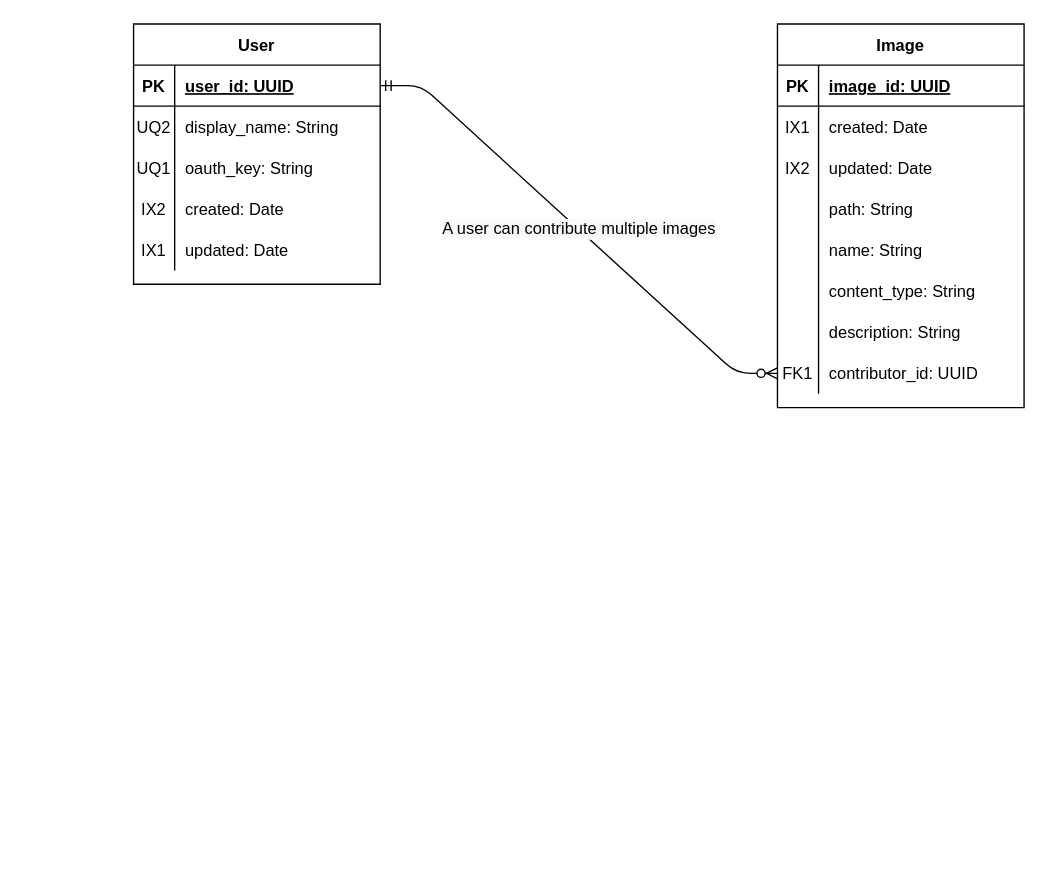
This is docs/deepdive-gallery-service.drawio from tnordquist/deepdive-gallery-service, a draw.io file, before an edit. Source tidied: cells renumbered, new cells numbered last; positions are measured from the earlier drawing's top-left corner, leaving out a move shared by most shapes. Both pictures are drawn from the tidied source at 137%, with x=0, y=0 at pixel (133, 23).
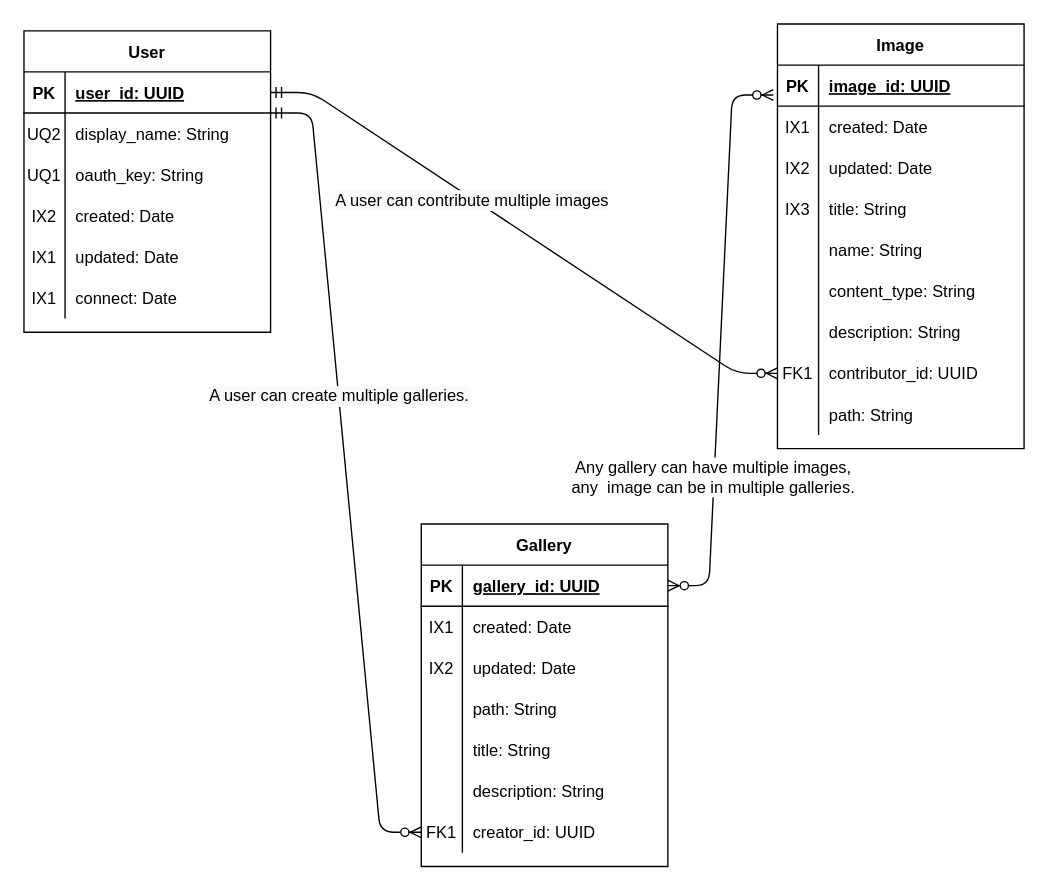
The same diagram, later.

Commit message (it also covers changes not shown here):
Added UserController, Gallery, ManyToMany

Unchanged cells that the change refers to:
```xml
<mxCell id="19" style="shape=partialRectangle;fillColor=none;top=0;left=0;bottom=1;right=0;points=[[0,0.5],[1,0.5]];portConstraint=eastwest;" parent="18" vertex="1">
  <mxGeometry y="30" width="180" height="30" as="geometry" />
</mxCell>
<mxCell id="28" style="shape=partialRectangle;fillColor=none;top=0;left=0;bottom=0;right=0;" parent="18" vertex="1">
  <mxGeometry y="120" width="180" height="30" as="geometry" />
</mxCell>
<mxCell id="40" style="shape=partialRectangle;fillColor=none;top=0;left=0;bottom=0;right=0;points=[[0,0.5],[1,0.5]];portConstraint=eastwest;fontStyle=2;" parent="18" vertex="1">
  <mxGeometry y="240" width="180" height="30" as="geometry" />
</mxCell>
```

What changed in the source:
```diff
@@
-    <mxCell id="2" value="User" style="shape=table;startSize=30;childLayout=tableLayout;rowLines=0;fontStyle=1;align=center;" parent="1" vertex="1">
-      <mxGeometry width="180" height="190" as="geometry" />
-    </mxCell>
-    <mxCell id="3" style="shape=partialRectangle;fillColor=none;top=0;left=0;bottom=1;right=0;points=[[0,0.5],[1,0.5]];portConstraint=eastwest;" parent="2" vertex="1">
-      <mxGeometry y="30" width="180" height="30" as="geometry" />
-    </mxCell>
-    <mxCell id="4" value="PK" style="shape=partialRectangle;fillColor=none;top=0;left=0;bottom=0;right=0;fontStyle=1;overflow=hidden;" parent="3" vertex="1">
-      <mxGeometry width="30" height="30" as="geometry" />
-    </mxCell>
-    <mxCell id="5" value="user_id: UUID" style="shape=partialRectangle;fillColor=none;top=0;left=0;bottom=0;right=0;align=left;spacingLeft=6;fontStyle=5;overflow=hidden;" parent="3" vertex="1">
-      <mxGeometry x="30" width="150" height="30" as="geometry" />
-    </mxCell>
-    <mxCell id="6" style="shape=partialRectangle;fillColor=none;top=0;left=0;bottom=0;right=0;" parent="2" vertex="1">
-      <mxGeometry y="60" width="180" height="30" as="geometry" />
-    </mxCell>
-    <mxCell id="7" value="UQ2" style="shape=partialRectangle;fillColor=none;top=0;left=0;bottom=0;right=0;overflow=hidden;" parent="6" vertex="1">
-      <mxGeometry width="30" height="30" as="geometry" />
-    </mxCell>
-    <mxCell id="8" value="display_name: String" style="shape=partialRectangle;fillColor=none;top=0;left=0;bottom=0;right=0;align=left;spacingLeft=6;overflow=hidden;" parent="6" vertex="1">
-      <mxGeometry x="30" width="150" height="30" as="geometry" />
-    </mxCell>
-    <mxCell id="9" style="shape=partialRectangle;fillColor=none;top=0;left=0;bottom=0;right=0;" parent="2" vertex="1">
-      <mxGeometry y="90" width="180" height="30" as="geometry" />
-    </mxCell>
-    <mxCell id="10" value="UQ1" style="shape=partialRectangle;fillColor=none;top=0;left=0;bottom=0;right=0;overflow=hidden;" parent="9" vertex="1">
-      <mxGeometry width="30" height="30" as="geometry" />
-    </mxCell>
-    <mxCell id="11" value="oauth_key: String" style="shape=partialRectangle;fillColor=none;top=0;left=0;bottom=0;right=0;align=left;spacingLeft=6;overflow=hidden;" parent="9" vertex="1">
-      <mxGeometry x="30" width="150" height="30" as="geometry" />
-    </mxCell>
-    <mxCell id="12" style="shape=partialRectangle;fillColor=none;top=0;left=0;bottom=0;right=0;" parent="2" vertex="1">
-      <mxGeometry y="120" width="180" height="30" as="geometry" />
-    </mxCell>
-    <mxCell id="13" value="IX2" style="shape=partialRectangle;fillColor=none;top=0;left=0;bottom=0;right=0;overflow=hidden;" parent="12" vertex="1">
-      <mxGeometry width="30" height="30" as="geometry" />
-    </mxCell>
-    <mxCell id="14" value="created: Date" style="shape=partialRectangle;fillColor=none;top=0;left=0;bottom=0;right=0;align=left;spacingLeft=6;overflow=hidden;" parent="12" vertex="1">
-      <mxGeometry x="30" width="150" height="30" as="geometry" />
-    </mxCell>
-    <mxCell id="15" style="shape=partialRectangle;fillColor=none;top=0;left=0;bottom=0;right=0;fontStyle=2;" parent="2" vertex="1">
-      <mxGeometry y="150" width="180" height="30" as="geometry" />
-    </mxCell>
-    <mxCell id="16" value="IX1" style="shape=partialRectangle;fillColor=none;top=0;left=0;bottom=0;right=0;overflow=hidden;" parent="15" vertex="1">
-      <mxGeometry width="30" height="30" as="geometry" />
-    </mxCell>
-    <mxCell id="17" value="updated: Date" style="shape=partialRectangle;fillColor=none;top=0;left=0;bottom=0;right=0;align=left;spacingLeft=6;overflow=hidden;direction=south;fontStyle=0;" parent="15" vertex="1" collapsed="1">
-      <mxGeometry x="30" width="150" height="30" as="geometry" />
-    </mxCell>
     <mxCell id="18" value="Image" style="shape=table;startSize=30;childLayout=tableLayout;rowLines=0;fontStyle=1;align=center;" parent="1" vertex="1">
-      <mxGeometry x="470" width="180" height="280" as="geometry" />
+      <mxGeometry x="470" width="180" height="310" as="geometry" />
     </mxCell>
@@
-    <mxCell id="29" style="shape=partialRectangle;fillColor=none;top=0;left=0;bottom=0;right=0;overflow=hidden;" parent="28" vertex="1">
+    <mxCell id="29" value="IX3" style="shape=partialRectangle;fillColor=none;top=0;left=0;bottom=0;right=0;overflow=hidden;" parent="28" vertex="1">
       <mxGeometry width="30" height="30" as="geometry" />
     </mxCell>
-    <mxCell id="30" value="path: String" style="shape=partialRectangle;fillColor=none;top=0;left=0;bottom=0;right=0;align=left;spacingLeft=6;overflow=hidden;" parent="28" vertex="1">
+    <mxCell id="30" value="title: String" style="shape=partialRectangle;fillColor=none;top=0;left=0;bottom=0;right=0;align=left;spacingLeft=6;overflow=hidden;" parent="28" vertex="1">
       <mxGeometry x="30" width="150" height="30" as="geometry" />
     </mxCell>
@@
+    <mxCell id="44" style="shape=partialRectangle;fillColor=none;top=0;left=0;bottom=0;right=0;" parent="18" vertex="1">
+      <mxGeometry y="270" width="180" height="30" as="geometry" />
+    </mxCell>
+    <mxCell id="45" style="shape=partialRectangle;fillColor=none;top=0;left=0;bottom=0;right=0;overflow=hidden;" parent="44" vertex="1">
+      <mxGeometry width="30" height="30" as="geometry" />
+    </mxCell>
+    <mxCell id="46" value="path: String" style="shape=partialRectangle;fillColor=none;top=0;left=0;bottom=0;right=0;align=left;spacingLeft=6;overflow=hidden;" parent="44" vertex="1">
+      <mxGeometry x="30" width="150" height="30" as="geometry" />
+    </mxCell>
     <mxCell id="43" value="&lt;span style=&quot;font-style: normal ; background-color: rgb(248 , 249 , 250)&quot;&gt;A user can contribute multiple images&lt;br&gt;&lt;/span&gt;" style="edgeStyle=entityRelationEdgeStyle;fontSize=12;html=1;endArrow=ERzeroToMany;startArrow=ERmandOne;exitX=1;exitY=0.5;exitDx=0;exitDy=0;entryX=0;entryY=0.5;entryDx=0;entryDy=0;fontStyle=2;" parent="1" edge="1" source="3" target="40">
-      <mxGeometry relative="1" as="geometry" />
+      <mxGeometry x="-0.21" y="-1" relative="1" as="geometry" />
     </mxCell>
+    <mxCell id="47" value="Gallery" style="shape=table;startSize=30;childLayout=tableLayout;rowLines=0;fontStyle=1;align=center;" parent="1" vertex="1">
+      <mxGeometry x="210" y="365" width="180" height="250" as="geometry" />
+    </mxCell>
+    <mxCell id="48" style="shape=partialRectangle;fillColor=none;top=0;left=0;bottom=1;right=0;points=[[0,0.5],[1,0.5]];portConstraint=eastwest;" parent="47" vertex="1">
+      <mxGeometry y="30" width="180" height="30" as="geometry" />
+    </mxCell>
+    <mxCell id="49" value="PK" style="shape=partialRectangle;fillColor=none;top=0;left=0;bottom=0;right=0;fontStyle=1;overflow=hidden;" parent="48" vertex="1">
+      <mxGeometry width="30" height="30" as="geometry" />
+    </mxCell>
+    <mxCell id="50" value="gallery_id: UUID" style="shape=partialRectangle;fillColor=none;top=0;left=0;bottom=0;right=0;align=left;spacingLeft=6;fontStyle=5;overflow=hidden;" parent="48" vertex="1">
+      <mxGeometry x="30" width="150" height="30" as="geometry" />
+    </mxCell>
+    <mxCell id="51" style="shape=partialRectangle;fillColor=none;top=0;left=0;bottom=0;right=0;" parent="47" vertex="1">
+      <mxGeometry y="60" width="180" height="30" as="geometry" />
+    </mxCell>
+    <mxCell id="52" value="IX1" style="shape=partialRectangle;fillColor=none;top=0;left=0;bottom=0;right=0;overflow=hidden;" parent="51" vertex="1">
+      <mxGeometry width="30" height="30" as="geometry" />
+    </mxCell>
+    <mxCell id="53" value="created: Date" style="shape=partialRectangle;fillColor=none;top=0;left=0;bottom=0;right=0;align=left;spacingLeft=6;overflow=hidden;" parent="51" vertex="1">
+      <mxGeometry x="30" width="150" height="30" as="geometry" />
+    </mxCell>
+    <mxCell id="54" style="shape=partialRectangle;fillColor=none;top=0;left=0;bottom=0;right=0;" parent="47" vertex="1">
+      <mxGeometry y="90" width="180" height="30" as="geometry" />
+    </mxCell>
+    <mxCell id="55" value="IX2" style="shape=partialRectangle;fillColor=none;top=0;left=0;bottom=0;right=0;overflow=hidden;" parent="54" vertex="1">
+      <mxGeometry width="30" height="30" as="geometry" />
+    </mxCell>
+    <mxCell id="56" value="updated: Date" style="shape=partialRectangle;fillColor=none;top=0;left=0;bottom=0;right=0;align=left;spacingLeft=6;overflow=hidden;" parent="54" vertex="1">
+      <mxGeometry x="30" width="150" height="30" as="geometry" />
+    </mxCell>
+    <mxCell id="57" style="shape=partialRectangle;fillColor=none;top=0;left=0;bottom=0;right=0;" parent="47" vertex="1">
+      <mxGeometry y="120" width="180" height="30" as="geometry" />
+    </mxCell>
+    <mxCell id="58" style="shape=partialRectangle;fillColor=none;top=0;left=0;bottom=0;right=0;overflow=hidden;" parent="57" vertex="1">
+      <mxGeometry width="30" height="30" as="geometry" />
+    </mxCell>
+    <mxCell id="59" value="path: String" style="shape=partialRectangle;fillColor=none;top=0;left=0;bottom=0;right=0;align=left;spacingLeft=6;overflow=hidden;" parent="57" vertex="1">
+      <mxGeometry x="30" width="150" height="30" as="geometry" />
+    </mxCell>
+    <mxCell id="60" style="shape=partialRectangle;fillColor=none;top=0;left=0;bottom=0;right=0;fontStyle=0;" parent="47" vertex="1">
+      <mxGeometry y="150" width="180" height="30" as="geometry" />
+    </mxCell>
+    <mxCell id="61" style="shape=partialRectangle;fillColor=none;top=0;left=0;bottom=0;right=0;overflow=hidden;" parent="60" vertex="1">
+      <mxGeometry width="30" height="30" as="geometry" />
+    </mxCell>
+    <mxCell id="62" value="title: String" style="shape=partialRectangle;fillColor=none;top=0;left=0;bottom=0;right=0;align=left;spacingLeft=6;overflow=hidden;" parent="60" vertex="1">
+      <mxGeometry x="30" width="150" height="30" as="geometry" />
+    </mxCell>
+    <mxCell id="63" style="shape=partialRectangle;fillColor=none;top=0;left=0;bottom=0;right=0;fontStyle=2;" parent="47" vertex="1">
+      <mxGeometry y="180" width="180" height="30" as="geometry" />
+    </mxCell>
+    <mxCell id="64" style="shape=partialRectangle;fillColor=none;top=0;left=0;bottom=0;right=0;overflow=hidden;" parent="63" vertex="1">
+      <mxGeometry width="30" height="30" as="geometry" />
+    </mxCell>
+    <mxCell id="65" value="description: String" style="shape=partialRectangle;fillColor=none;top=0;left=0;bottom=0;right=0;align=left;spacingLeft=6;overflow=hidden;direction=south;fontStyle=0;" parent="63" vertex="1">
+      <mxGeometry x="30" width="150" height="30" as="geometry" />
+    </mxCell>
+    <mxCell id="66" style="shape=partialRectangle;fillColor=none;top=0;left=0;bottom=0;right=0;points=[[0,0.5],[1,0.5]];portConstraint=eastwest;fontStyle=2;" parent="47" vertex="1">
+      <mxGeometry y="210" width="180" height="30" as="geometry" />
+    </mxCell>
+    <mxCell id="67" value="FK1" style="shape=partialRectangle;fillColor=none;top=0;left=0;bottom=0;right=0;overflow=hidden;" parent="66" vertex="1">
+      <mxGeometry width="30" height="30" as="geometry" />
+    </mxCell>
+    <mxCell id="68" value="creator_id: UUID" style="shape=partialRectangle;fillColor=none;top=0;left=0;bottom=0;right=0;align=left;spacingLeft=6;overflow=hidden;direction=south;fontStyle=0;" parent="66" vertex="1">
+      <mxGeometry x="30" width="150" height="30" as="geometry" />
+    </mxCell>
+    <mxCell id="69" style="shape=partialRectangle;fillColor=none;top=0;left=0;bottom=0;right=0;fontStyle=0;" parent="1" vertex="1">
+      <mxGeometry x="230" y="475" width="180" height="30" as="geometry" />
+    </mxCell>
+    <mxCell id="70" style="shape=partialRectangle;fillColor=none;top=0;left=0;bottom=0;right=0;overflow=hidden;" parent="69" vertex="1">
+      <mxGeometry width="30" height="30" as="geometry" />
+    </mxCell>
+    <mxCell id="71" value="Any gallery can have multiple images, &lt;br&gt;any&amp;nbsp; image can be in multiple galleries." style="edgeStyle=entityRelationEdgeStyle;fontSize=12;html=1;endArrow=ERzeroToMany;endFill=1;startArrow=ERzeroToMany;entryX=-0.017;entryY=0.728;entryDx=0;entryDy=0;entryPerimeter=0;exitX=1;exitY=0.5;exitDx=0;exitDy=0;" parent="1" edge="1" source="48" target="19">
+      <mxGeometry x="-0.48" y="1" relative="1" as="geometry" />
+    </mxCell>
+    <mxCell id="72" style="group;" parent="1" vertex="1">
+      <mxGeometry x="-80" y="5" width="180" height="220" as="geometry" />
+    </mxCell>
+    <mxCell id="2" value="User" style="shape=table;startSize=30;childLayout=tableLayout;rowLines=0;fontStyle=1;align=center;" parent="72" vertex="1">
+      <mxGeometry width="180" height="220" as="geometry" />
+    </mxCell>
+    <mxCell id="3" style="shape=partialRectangle;fillColor=none;top=0;left=0;bottom=1;right=0;points=[[0,0.5],[1,0.5]];portConstraint=eastwest;" parent="2" vertex="1">
+      <mxGeometry y="30" width="180" height="30" as="geometry" />
+    </mxCell>
+    <mxCell id="4" value="PK" style="shape=partialRectangle;fillColor=none;top=0;left=0;bottom=0;right=0;fontStyle=1;overflow=hidden;" parent="3" vertex="1">
+      <mxGeometry width="30" height="30" as="geometry" />
+    </mxCell>
+    <mxCell id="5" value="user_id: UUID" style="shape=partialRectangle;fillColor=none;top=0;left=0;bottom=0;right=0;align=left;spacingLeft=6;fontStyle=5;overflow=hidden;" parent="3" vertex="1">
+      <mxGeometry x="30" width="150" height="30" as="geometry" />
+    </mxCell>
+    <mxCell id="6" style="shape=partialRectangle;fillColor=none;top=0;left=0;bottom=0;right=0;" parent="2" vertex="1">
+      <mxGeometry y="60" width="180" height="30" as="geometry" />
+    </mxCell>
+    <mxCell id="7" value="UQ2" style="shape=partialRectangle;fillColor=none;top=0;left=0;bottom=0;right=0;overflow=hidden;" parent="6" vertex="1">
+      <mxGeometry width="30" height="30" as="geometry" />
+    </mxCell>
+    <mxCell id="8" value="display_name: String" style="shape=partialRectangle;fillColor=none;top=0;left=0;bottom=0;right=0;align=left;spacingLeft=6;overflow=hidden;" parent="6" vertex="1">
+      <mxGeometry x="30" width="150" height="30" as="geometry" />
+    </mxCell>
+    <mxCell id="9" style="shape=partialRectangle;fillColor=none;top=0;left=0;bottom=0;right=0;" parent="2" vertex="1">
+      <mxGeometry y="90" width="180" height="30" as="geometry" />
+    </mxCell>
+    <mxCell id="10" value="UQ1" style="shape=partialRectangle;fillColor=none;top=0;left=0;bottom=0;right=0;overflow=hidden;" parent="9" vertex="1">
+      <mxGeometry width="30" height="30" as="geometry" />
+    </mxCell>
+    <mxCell id="11" value="oauth_key: String" style="shape=partialRectangle;fillColor=none;top=0;left=0;bottom=0;right=0;align=left;spacingLeft=6;overflow=hidden;" parent="9" vertex="1">
+      <mxGeometry x="30" width="150" height="30" as="geometry" />
+    </mxCell>
+    <mxCell id="12" style="shape=partialRectangle;fillColor=none;top=0;left=0;bottom=0;right=0;" parent="2" vertex="1">
+      <mxGeometry y="120" width="180" height="30" as="geometry" />
+    </mxCell>
+    <mxCell id="13" value="IX2" style="shape=partialRectangle;fillColor=none;top=0;left=0;bottom=0;right=0;overflow=hidden;" parent="12" vertex="1">
+      <mxGeometry width="30" height="30" as="geometry" />
+    </mxCell>
+    <mxCell id="14" value="created: Date" style="shape=partialRectangle;fillColor=none;top=0;left=0;bottom=0;right=0;align=left;spacingLeft=6;overflow=hidden;" parent="12" vertex="1">
+      <mxGeometry x="30" width="150" height="30" as="geometry" />
+    </mxCell>
+    <mxCell id="15" style="shape=partialRectangle;fillColor=none;top=0;left=0;bottom=0;right=0;fontStyle=2;" parent="2" vertex="1">
+      <mxGeometry y="150" width="180" height="30" as="geometry" />
+    </mxCell>
+    <mxCell id="16" value="IX1" style="shape=partialRectangle;fillColor=none;top=0;left=0;bottom=0;right=0;overflow=hidden;" parent="15" vertex="1">
+      <mxGeometry width="30" height="30" as="geometry" />
+    </mxCell>
+    <mxCell id="17" value="updated: Date" style="shape=partialRectangle;fillColor=none;top=0;left=0;bottom=0;right=0;align=left;spacingLeft=6;overflow=hidden;direction=south;fontStyle=0;" parent="15" vertex="1" collapsed="1">
+      <mxGeometry x="30" width="150" height="30" as="geometry" />
+    </mxCell>
+    <mxCell id="73" style="shape=partialRectangle;fillColor=none;top=0;left=0;bottom=0;right=0;fontStyle=2;" parent="2" vertex="1">
+      <mxGeometry y="180" width="180" height="30" as="geometry" />
+    </mxCell>
+    <mxCell id="74" value="IX1" style="shape=partialRectangle;fillColor=none;top=0;left=0;bottom=0;right=0;overflow=hidden;" parent="73" vertex="1">
+      <mxGeometry width="30" height="30" as="geometry" />
+    </mxCell>
+    <mxCell id="75" value="connect: Date" style="shape=partialRectangle;fillColor=none;top=0;left=0;bottom=0;right=0;align=left;spacingLeft=6;overflow=hidden;direction=south;fontStyle=0;" parent="73" vertex="1" collapsed="1">
+      <mxGeometry x="30" width="150" height="30" as="geometry" />
+    </mxCell>
+    <mxCell id="76" value="&lt;span style=&quot;font-style: normal ; background-color: rgb(248 , 249 , 250)&quot;&gt;A user can create multiple galleries.&lt;br&gt;&lt;/span&gt;" style="edgeStyle=entityRelationEdgeStyle;fontSize=12;html=1;endArrow=ERzeroToMany;startArrow=ERmandOne;exitX=1;exitY=0.5;exitDx=0;exitDy=0;entryX=0;entryY=0.5;entryDx=0;entryDy=0;fontStyle=2;" parent="72" edge="1" target="66">
+      <mxGeometry x="-0.19" relative="1" as="geometry">
+        <mxPoint x="180" y="60" as="sourcePoint" />
+      </mxGeometry>
+    </mxCell>
```
